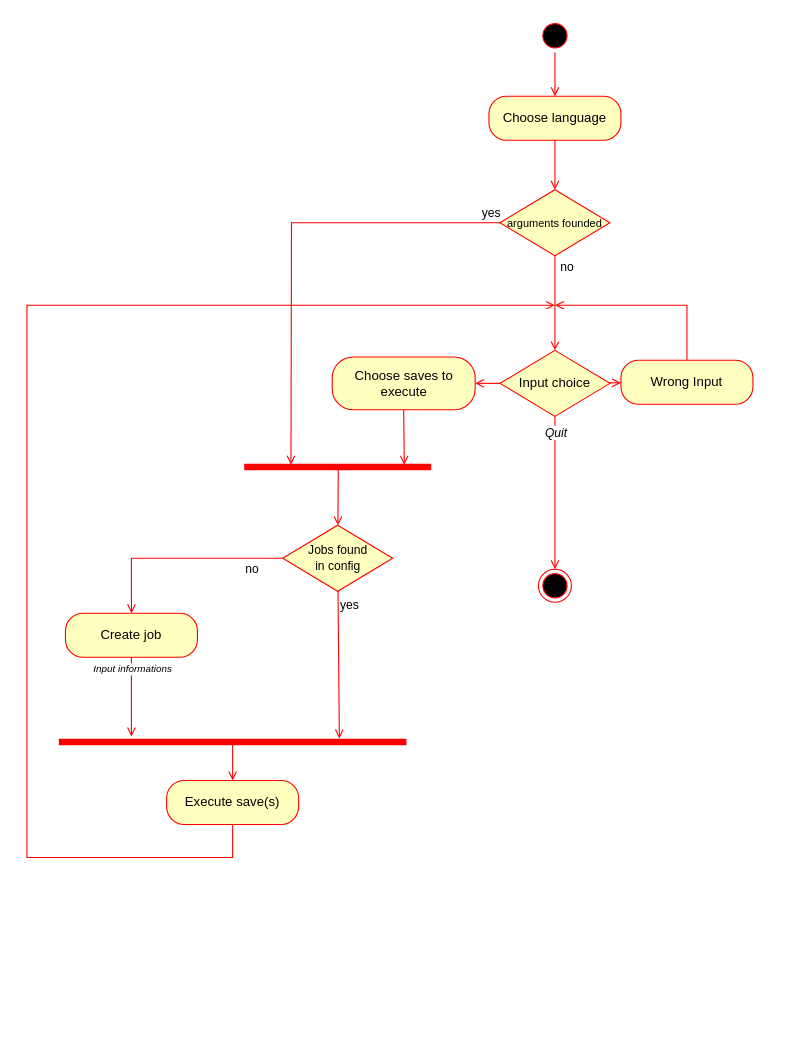
Before: Diagrams/Activity.drawio in Fire-90/CESI_Genie_Logiciel, a draw.io diagram. Source tidied: cells renumbered, new cells numbered last; positions are measured from the earlier drawing's top-left corner, leaving out a move shared by most shapes. Both pictures are drawn from the tidied source at 110%, with x=0, y=0 at pixel (26, 19).
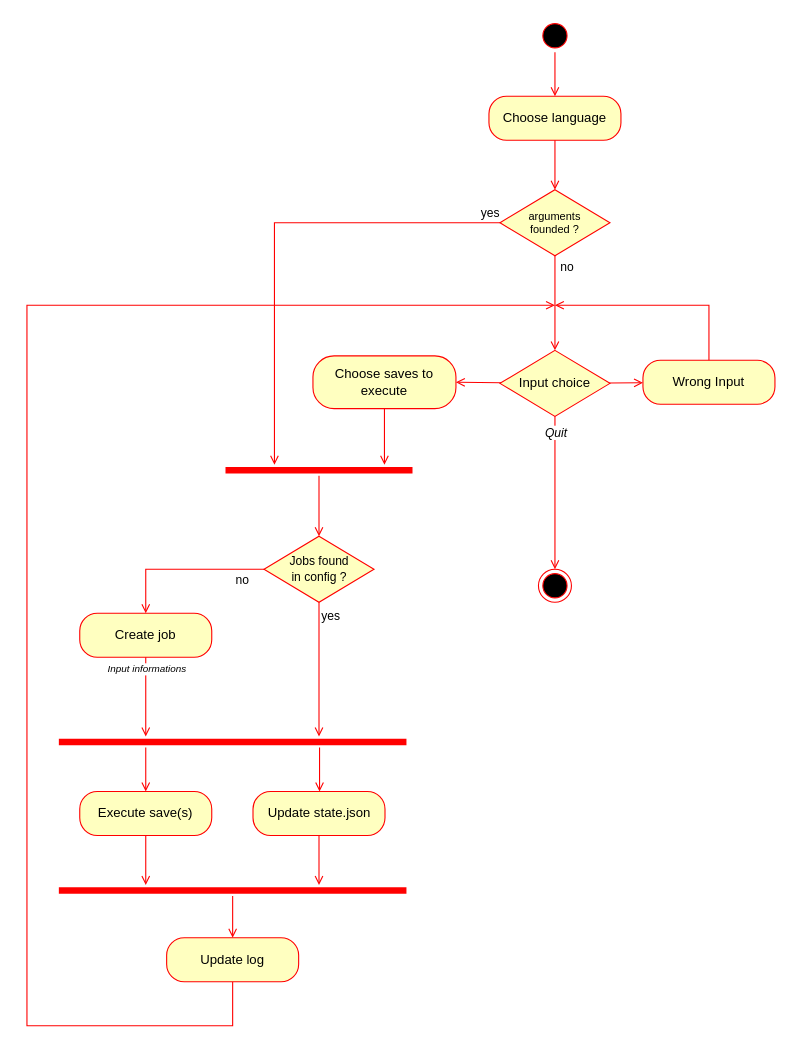
The same page after the edit.

Unchanged cells that the change refers to:
```xml
<mxCell id="22" style="shape=line;html=1;strokeWidth=6;strokeColor=#ff0000;" parent="1" vertex="1">
  <mxGeometry x="29" y="652" width="316" height="10" as="geometry" />
</mxCell>
```

What changed in the source:
```diff
@@
     <mxCell id="5" value="Choose saves to execute" style="rounded=1;whiteSpace=wrap;html=1;arcSize=40;fontColor=#000000;fillColor=#ffffc0;strokeColor=#ff0000;" parent="1" vertex="1">
-      <mxGeometry x="277.5" y="307" width="130" height="48" as="geometry" />
+      <mxGeometry x="260" y="306" width="130" height="48" as="geometry" />
     </mxCell>
     <mxCell id="6" value="Create job" style="rounded=1;whiteSpace=wrap;html=1;arcSize=40;fontColor=#000000;fillColor=#ffffc0;strokeColor=#ff0000;" parent="1" vertex="1">
-      <mxGeometry x="35" y="540" width="120" height="40" as="geometry" />
+      <mxGeometry x="48" y="540" width="120" height="40" as="geometry" />
     </mxCell>
-    <mxCell id="7" value="Jobs found&lt;div&gt;in config&lt;/div&gt;" style="rhombus;whiteSpace=wrap;html=1;fontColor=#000000;fillColor=#ffffc0;strokeColor=#ff0000;fontSize=11;" parent="1" vertex="1">
-      <mxGeometry x="232.5" y="460" width="100" height="60" as="geometry" />
+    <mxCell id="7" value="Jobs found&lt;div&gt;in config ?&lt;/div&gt;" style="rhombus;whiteSpace=wrap;html=1;fontColor=#000000;fillColor=#ffffc0;strokeColor=#ff0000;fontSize=11;" parent="1" vertex="1">
+      <mxGeometry x="215.5" y="470" width="100" height="60" as="geometry" />
     </mxCell>
@@
-    <mxCell id="9" value="yes" style="html=1;align=left;verticalAlign=top;endArrow=open;endSize=6;strokeColor=#ff0000;rounded=0;startSize=6;entryX=0.807;entryY=0.177;entryDx=0;entryDy=0;entryPerimeter=0;" parent="1" edge="1" source="7" target="22">
-      <mxGeometry x="-1" relative="1" as="geometry" />
+    <mxCell id="9" value="yes" style="html=1;align=left;verticalAlign=top;endArrow=open;endSize=6;strokeColor=#ff0000;rounded=0;startSize=6;edgeStyle=orthogonalEdgeStyle;" parent="1" edge="1" source="7" target="22">
+      <mxGeometry x="-1" relative="1" as="geometry">
+        <Array as="points">
+          <mxPoint x="266" y="591" />
+          <mxPoint x="265" y="591" />
+        </Array>
+      </mxGeometry>
     </mxCell>
-    <mxCell id="10" style="html=1;verticalAlign=bottom;endArrow=open;endSize=6;strokeColor=#ff0000;rounded=0;exitX=0.5;exitY=1;exitDx=0;exitDy=0;startSize=6;entryX=0.856;entryY=0.3;entryDx=0;entryDy=0;entryPerimeter=0;" parent="1" edge="1" source="5" target="31">
-      <mxGeometry relative="1" as="geometry" />
+    <mxCell id="10" style="html=1;verticalAlign=bottom;endArrow=open;endSize=6;strokeColor=#ff0000;rounded=0;exitX=0.5;exitY=1;exitDx=0;exitDy=0;startSize=6;edgeStyle=orthogonalEdgeStyle;" parent="1" edge="1" source="5" target="31">
+      <mxGeometry relative="1" as="geometry">
+        <Array as="points">
+          <mxPoint x="325" y="395" />
+          <mxPoint x="325" y="395" />
+        </Array>
+      </mxGeometry>
     </mxCell>
@@
-    <mxCell id="14" style="html=1;verticalAlign=bottom;endArrow=open;endSize=6;strokeColor=#ff0000;rounded=0;edgeStyle=orthogonalEdgeStyle;startSize=6;exitX=0.5;exitY=0.5;exitDx=0;exitDy=0;exitPerimeter=0;" parent="1" edge="1" source="26">
+    <mxCell id="14" style="html=1;verticalAlign=bottom;endArrow=open;endSize=6;strokeColor=#ff0000;rounded=0;edgeStyle=orthogonalEdgeStyle;startSize=6;" parent="1" edge="1" source="33">
       <mxGeometry relative="1" as="geometry">
         <mxPoint x="480" y="260" as="targetPoint" />
         <Array as="points">
-          <mxPoint x="187" y="762" />
-          <mxPoint y="762" />
+          <mxPoint x="187" y="915" />
+          <mxPoint y="915" />
           <mxPoint y="260" />
         </Array>
       </mxGeometry>
     </mxCell>
@@
     <mxCell id="20" value="Wrong Input" style="rounded=1;whiteSpace=wrap;html=1;arcSize=40;fontColor=#000000;fillColor=#ffffc0;strokeColor=#ff0000;" parent="1" vertex="1">
-      <mxGeometry x="540" y="310" width="120" height="40" as="geometry" />
+      <mxGeometry x="560" y="310" width="120" height="40" as="geometry" />
     </mxCell>
     <mxCell id="21" style="html=1;verticalAlign=bottom;endArrow=open;endSize=6;strokeColor=#ff0000;rounded=0;endFill=0;edgeStyle=orthogonalEdgeStyle;startSize=6;" parent="1" edge="1" source="20">
       <mxGeometry relative="1" as="geometry">
         <mxPoint x="480" y="260" as="targetPoint" />
         <Array as="points">
-          <mxPoint x="600" y="260" />
+          <mxPoint x="620" y="260" />
         </Array>
       </mxGeometry>
     </mxCell>
@@
-    <mxCell id="23" style="html=1;align=left;verticalAlign=top;endArrow=open;endSize=6;strokeColor=#ff0000;rounded=0;startSize=6;" parent="1" edge="1" source="6">
+    <mxCell id="23" style="html=1;align=left;verticalAlign=top;endArrow=open;endSize=6;strokeColor=#ff0000;rounded=0;startSize=6;edgeStyle=orthogonalEdgeStyle;" parent="1" edge="1" source="6" target="22">
       <mxGeometry x="-0.65" y="5" relative="1" as="geometry">
-        <mxPoint x="95" y="652" as="targetPoint" />
+        <Array as="points">
+          <mxPoint x="108" y="640" />
+          <mxPoint x="108" y="640" />
+        </Array>
       </mxGeometry>
     </mxCell>
@@
-    <mxCell id="25" style="html=1;verticalAlign=bottom;endArrow=open;endSize=6;strokeColor=#ff0000;rounded=0;entryX=0.5;entryY=0;entryDx=0;entryDy=0;startSize=6;exitX=0.5;exitY=0.5;exitDx=0;exitDy=0;exitPerimeter=0;" parent="1" edge="1" source="22" target="26">
-      <mxGeometry relative="1" as="geometry" />
+    <mxCell id="25" style="html=1;verticalAlign=bottom;endArrow=open;endSize=6;strokeColor=#ff0000;rounded=0;startSize=6;edgeStyle=orthogonalEdgeStyle;" parent="1" edge="1" source="22" target="35">
+      <mxGeometry relative="1" as="geometry">
+        <Array as="points">
+          <mxPoint x="266" y="675" />
+          <mxPoint x="266" y="675" />
+        </Array>
+      </mxGeometry>
     </mxCell>
     <mxCell id="26" value="Execute save(s)" style="rounded=1;whiteSpace=wrap;html=1;arcSize=40;fontColor=#000000;fillColor=#ffffc0;strokeColor=#ff0000;" parent="1" vertex="1">
-      <mxGeometry x="127" y="692" width="120" height="40" as="geometry" />
+      <mxGeometry x="48" y="702" width="120" height="40" as="geometry" />
     </mxCell>
-    <mxCell id="27" value="arguments founded" style="rhombus;whiteSpace=wrap;html=1;fontColor=#000000;fillColor=#ffffc0;strokeColor=#ff0000;fontSize=10;" parent="1" vertex="1">
+    <mxCell id="27" value="arguments&lt;div&gt;founded ?&lt;/div&gt;" style="rhombus;whiteSpace=wrap;html=1;fontColor=#000000;fillColor=#ffffc0;strokeColor=#ff0000;fontSize=10;" parent="1" vertex="1">
       <mxGeometry x="430" y="155" width="100" height="60" as="geometry" />
     </mxCell>
@@
-    <mxCell id="29" style="html=1;verticalAlign=bottom;endArrow=open;endSize=6;strokeColor=#ff0000;rounded=0;exitX=0;exitY=0.5;exitDx=0;exitDy=0;startSize=6;edgeStyle=orthogonalEdgeStyle;" parent="1" edge="1" source="27">
+    <mxCell id="29" style="html=1;verticalAlign=bottom;endArrow=open;endSize=6;strokeColor=#ff0000;rounded=0;exitX=0;exitY=0.5;exitDx=0;exitDy=0;startSize=6;edgeStyle=orthogonalEdgeStyle;" parent="1" edge="1" source="27" target="31">
       <mxGeometry relative="1" as="geometry">
-        <mxPoint x="240" y="405" as="targetPoint" />
+        <Array as="points">
+          <mxPoint x="225" y="185" />
+        </Array>
       </mxGeometry>
     </mxCell>
@@
     <mxCell id="31" style="shape=line;html=1;strokeWidth=6;strokeColor=#ff0000;" parent="1" vertex="1">
-      <mxGeometry x="197.5" y="402" width="170" height="10" as="geometry" />
+      <mxGeometry x="180.5" y="405" width="170" height="10" as="geometry" />
     </mxCell>
-    <mxCell id="32" style="html=1;verticalAlign=bottom;endArrow=open;endSize=6;strokeColor=#ff0000;rounded=0;startSize=6;exitX=0.503;exitY=0.689;exitDx=0;exitDy=0;exitPerimeter=0;" parent="1" edge="1" source="31" target="7">
+    <mxCell id="32" style="html=1;verticalAlign=bottom;endArrow=open;endSize=6;strokeColor=#ff0000;rounded=0;startSize=6;" parent="1" edge="1" source="31" target="7">
       <mxGeometry relative="1" as="geometry" />
     </mxCell>
+    <mxCell id="33" value="Update log" style="rounded=1;whiteSpace=wrap;html=1;arcSize=40;fontColor=#000000;fillColor=#ffffc0;strokeColor=#ff0000;" parent="1" vertex="1">
+      <mxGeometry x="127" y="835" width="120" height="40" as="geometry" />
+    </mxCell>
+    <mxCell id="34" style="html=1;verticalAlign=bottom;endArrow=open;endSize=6;strokeColor=#ff0000;rounded=0;startSize=6;edgeStyle=orthogonalEdgeStyle;" parent="1" edge="1" source="26" target="38">
+      <mxGeometry relative="1" as="geometry">
+        <Array as="points">
+          <mxPoint x="108" y="770" />
+          <mxPoint x="108" y="770" />
+        </Array>
+      </mxGeometry>
+    </mxCell>
+    <mxCell id="35" value="Update state.json" style="rounded=1;whiteSpace=wrap;html=1;arcSize=40;fontColor=#000000;fillColor=#ffffc0;strokeColor=#ff0000;" parent="1" vertex="1">
+      <mxGeometry x="205.5" y="702" width="120" height="40" as="geometry" />
+    </mxCell>
+    <mxCell id="36" style="html=1;verticalAlign=bottom;endArrow=open;endSize=6;strokeColor=#ff0000;rounded=0;startSize=6;edgeStyle=orthogonalEdgeStyle;" parent="1" edge="1" source="22" target="26">
+      <mxGeometry relative="1" as="geometry">
+        <Array as="points">
+          <mxPoint x="108" y="670" />
+          <mxPoint x="108" y="670" />
+        </Array>
+      </mxGeometry>
+    </mxCell>
+    <mxCell id="37" style="html=1;verticalAlign=bottom;endArrow=open;endSize=6;strokeColor=#ff0000;rounded=0;startSize=6;edgeStyle=orthogonalEdgeStyle;" parent="1" edge="1" source="35" target="38">
+      <mxGeometry relative="1" as="geometry">
+        <Array as="points">
+          <mxPoint x="266" y="765" />
+          <mxPoint x="265" y="765" />
+        </Array>
+      </mxGeometry>
+    </mxCell>
+    <mxCell id="38" style="shape=line;html=1;strokeWidth=6;strokeColor=#ff0000;" parent="1" vertex="1">
+      <mxGeometry x="29" y="787" width="316" height="10" as="geometry" />
+    </mxCell>
+    <mxCell id="39" style="html=1;verticalAlign=bottom;endArrow=open;endSize=6;strokeColor=#ff0000;rounded=0;startSize=6;" parent="1" edge="1" source="38" target="33">
+      <mxGeometry relative="1" as="geometry" />
+    </mxCell>
```
